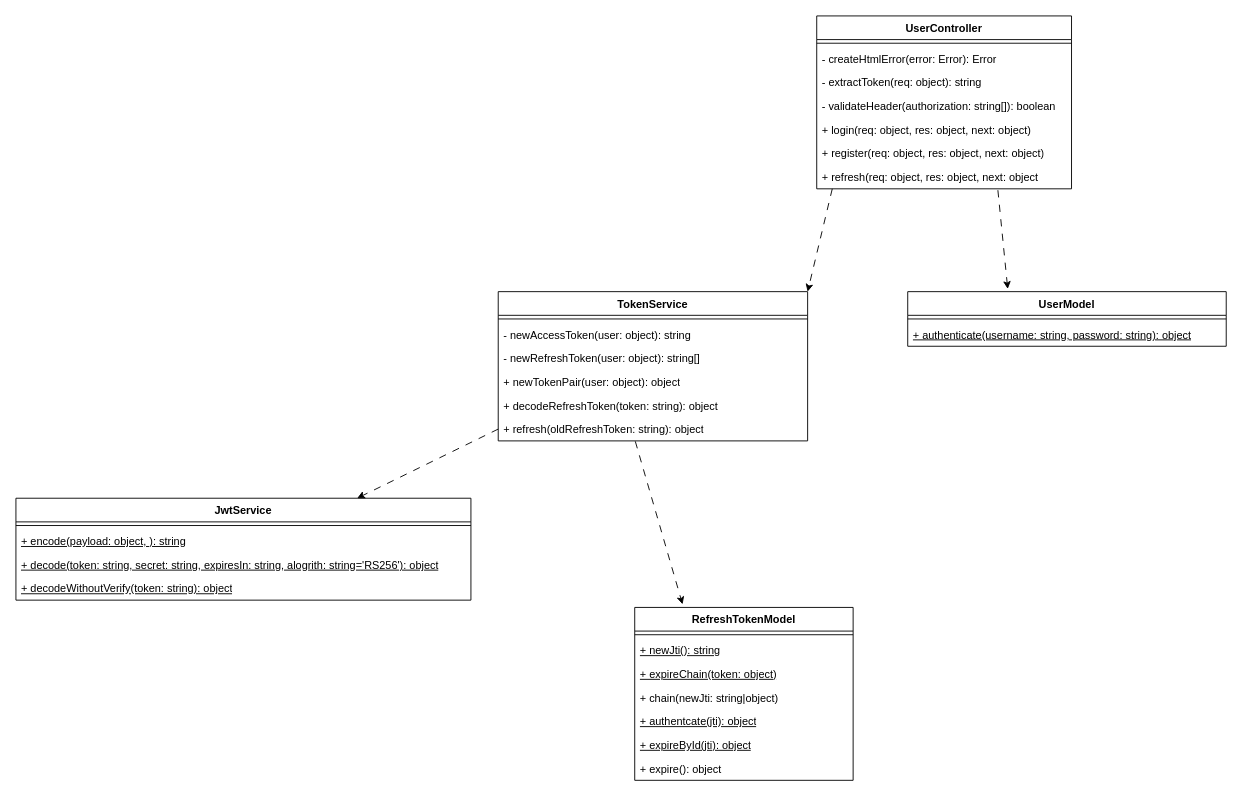
Above: .readme/class_diagram.drawio in JuliaLind/1dv613-auth-server (draw.io), before the change. Source tidied: cells renumbered, new cells numbered last; positions are measured from the earlier drawing's top-left corner, leaving out a move shared by most shapes. Both pictures are drawn from the tidied source at 91%, with x=0, y=0 at pixel (15, 15).
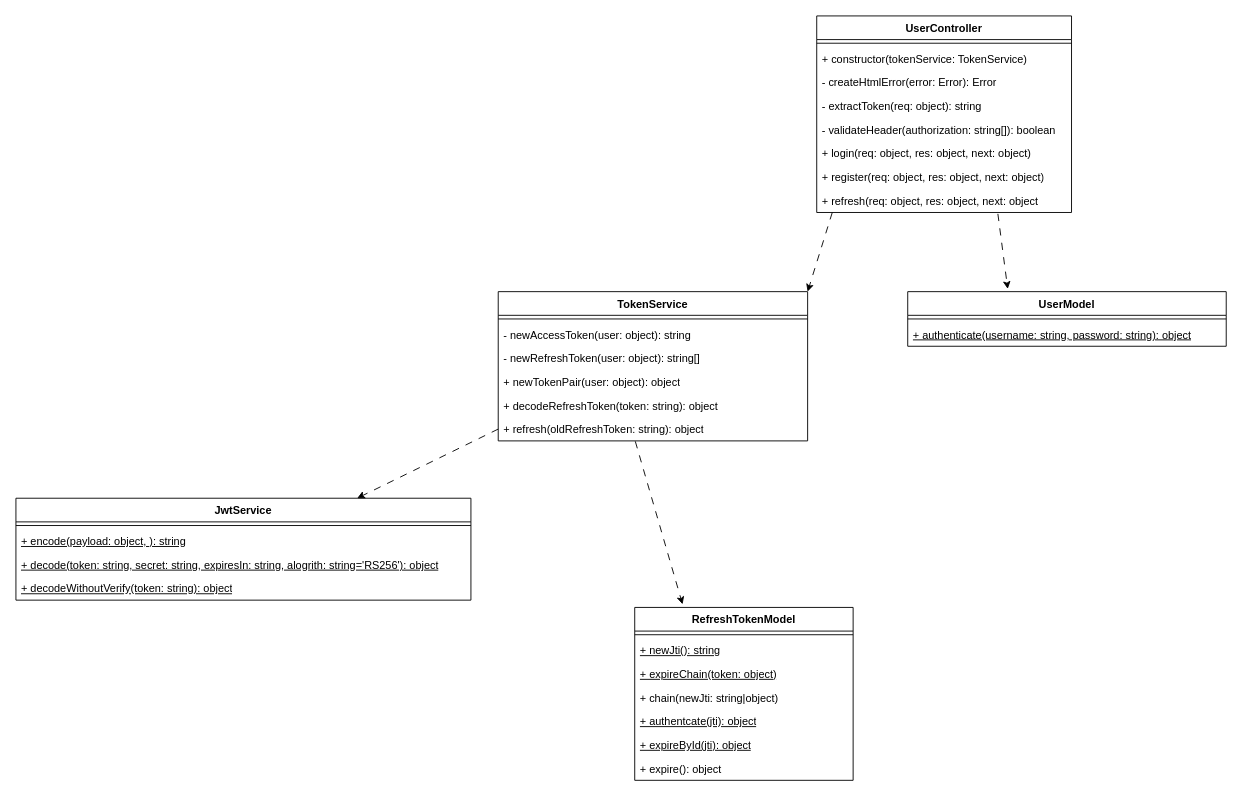
The same diagram, later.

Commit message (it also covers changes not shown here):
Update class diagram, add test suite for login method

What changed in the source:
```diff
@@
     <mxCell id="28" value="UserController" style="swimlane;fontStyle=1;align=center;verticalAlign=top;horizontal=1;startSize=26;whiteSpace=wrap;html=1;" parent="1" vertex="1">
-      <mxGeometry x="880" width="280" height="190" as="geometry" />
+      <mxGeometry x="880" width="280" height="216" as="geometry" />
     </mxCell>
@@
+    <mxCell id="37" value="+ constructor(tokenService: TokenService)" style="text;strokeColor=none;fillColor=none;align=left;verticalAlign=top;spacingLeft=4;spacingRight=4;overflow=hidden;whiteSpace=wrap;html=1;" parent="28" vertex="1">
+      <mxGeometry y="34" width="280" height="26" as="geometry" />
+    </mxCell>
     <mxCell id="30" value="- createHtmlError(error: Error): Error" style="text;strokeColor=none;fillColor=none;align=left;verticalAlign=top;spacingLeft=4;spacingRight=4;overflow=hidden;whiteSpace=wrap;html=1;" parent="28" vertex="1">
-      <mxGeometry y="34" width="280" height="26" as="geometry" />
+      <mxGeometry y="60" width="280" height="26" as="geometry" />
     </mxCell>
     <mxCell id="31" value="- extractToken(req: object): string" style="text;strokeColor=none;fillColor=none;align=left;verticalAlign=top;spacingLeft=4;spacingRight=4;overflow=hidden;whiteSpace=wrap;html=1;" parent="28" vertex="1">
-      <mxGeometry y="60" width="280" height="26" as="geometry" />
+      <mxGeometry y="86" width="280" height="26" as="geometry" />
     </mxCell>
     <mxCell id="32" value="- validateHeader(authorization: string[]): boolean" style="text;strokeColor=none;fillColor=none;align=left;verticalAlign=top;spacingLeft=4;spacingRight=4;overflow=hidden;whiteSpace=wrap;html=1;" parent="28" vertex="1">
-      <mxGeometry y="86" width="280" height="26" as="geometry" />
+      <mxGeometry y="112" width="280" height="26" as="geometry" />
     </mxCell>
     <mxCell id="33" value="+ login(req: object, res: object, next: object)" style="text;strokeColor=none;fillColor=none;align=left;verticalAlign=top;spacingLeft=4;spacingRight=4;overflow=hidden;whiteSpace=wrap;html=1;" parent="28" vertex="1">
-      <mxGeometry y="112" width="280" height="26" as="geometry" />
+      <mxGeometry y="138" width="280" height="26" as="geometry" />
     </mxCell>
     <mxCell id="34" value="+ register(req: object, res: object, next: object)" style="text;strokeColor=none;fillColor=none;align=left;verticalAlign=top;spacingLeft=4;spacingRight=4;overflow=hidden;whiteSpace=wrap;html=1;" parent="28" vertex="1">
-      <mxGeometry y="138" width="280" height="26" as="geometry" />
+      <mxGeometry y="164" width="280" height="26" as="geometry" />
     </mxCell>
     <mxCell id="35" value="+ refresh(req: object, res: object, next: object" style="text;strokeColor=none;fillColor=none;align=left;verticalAlign=top;spacingLeft=4;spacingRight=4;overflow=hidden;points=[[0,0.5],[1,0.5]];portConstraint=eastwest;whiteSpace=wrap;html=1;" parent="28" vertex="1">
-      <mxGeometry y="164" width="280" height="26" as="geometry" />
+      <mxGeometry y="190" width="280" height="26" as="geometry" />
     </mxCell>
```
